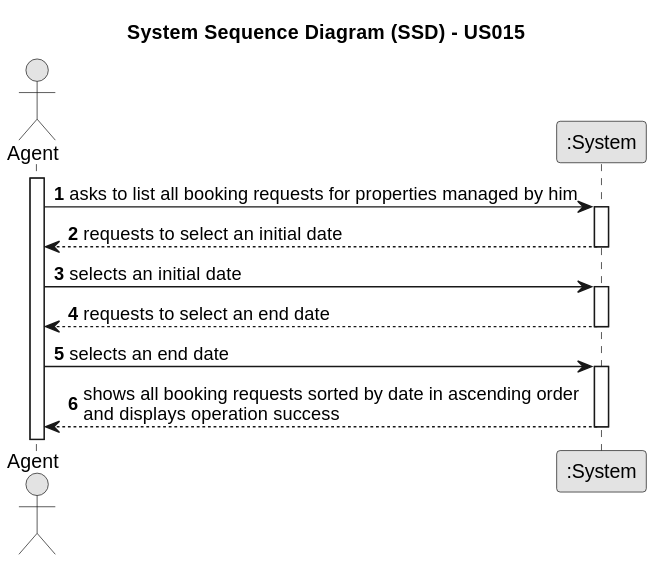
PureNimble/ISEP-LAPR2 keeps this PlantUML diagram as docs/sprintD/US015/01.requirements-engineering/svg/us015-system-sequence-diagram.svg. Above is the earlier version.
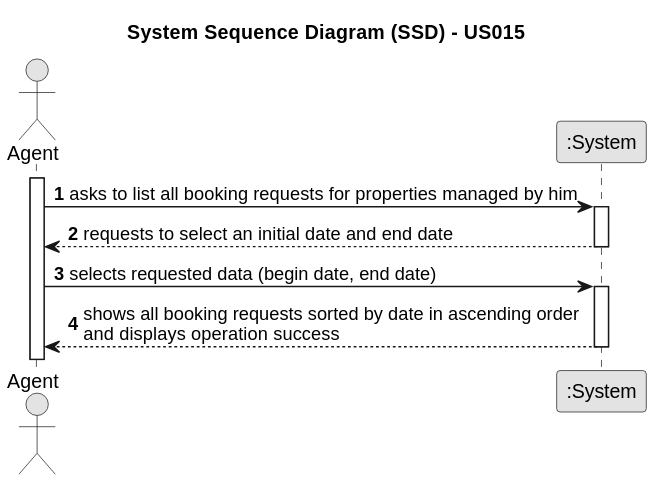
Later version of the same file.

Change to the diagram source:
```diff
@@ -15,17 +15,12 @@
     Agent -> System : asks to list all booking requests for properties managed by him
     activate System
 
-        System --> Agent : requests to select an initial date
+        System --> Agent : requests to select an initial date and end date
     deactivate System
 
-    Agent -> System : selects an initial date
+    Agent -> System : selects requested data (begin date, end date)
     activate System
 
-        System --> Agent : requests to select an end date
-        deactivate System
-
-    Agent -> System : selects an end date
-    activate System
 
         System --> Agent : shows all booking requests sorted by date in ascending order \nand displays operation success
     deactivate System
```
